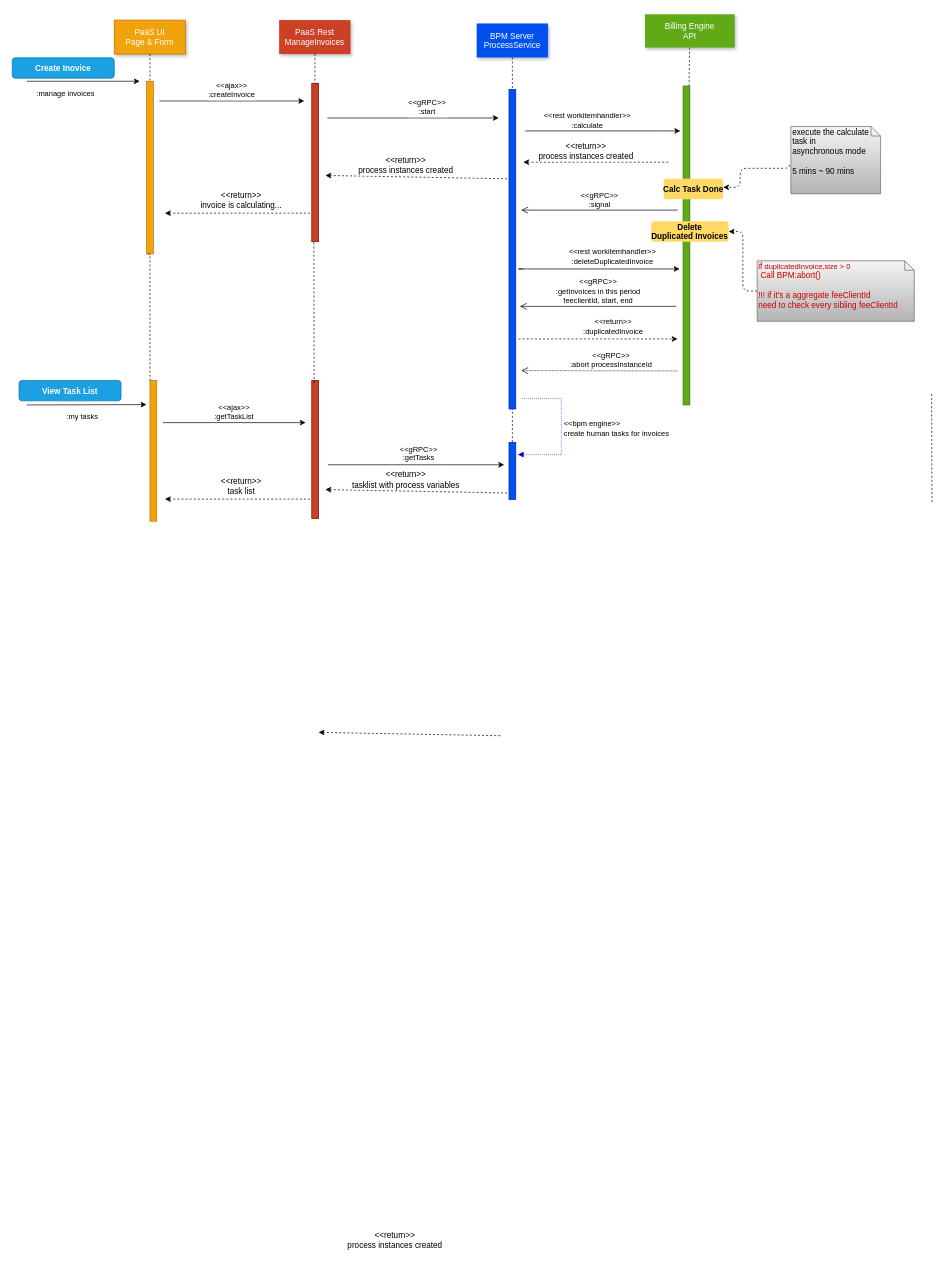
meadlai/java8 keeps this draw.io diagram as code/seq_invoice_create.drawio. Above is the earlier version. Source tidied: cells renumbered, new cells numbered last; positions are measured from the earlier drawing's top-left corner, leaving out a move shared by most shapes. Both pictures are drawn from the tidied source at 68%, with x=0, y=0 at pixel (12, 14).
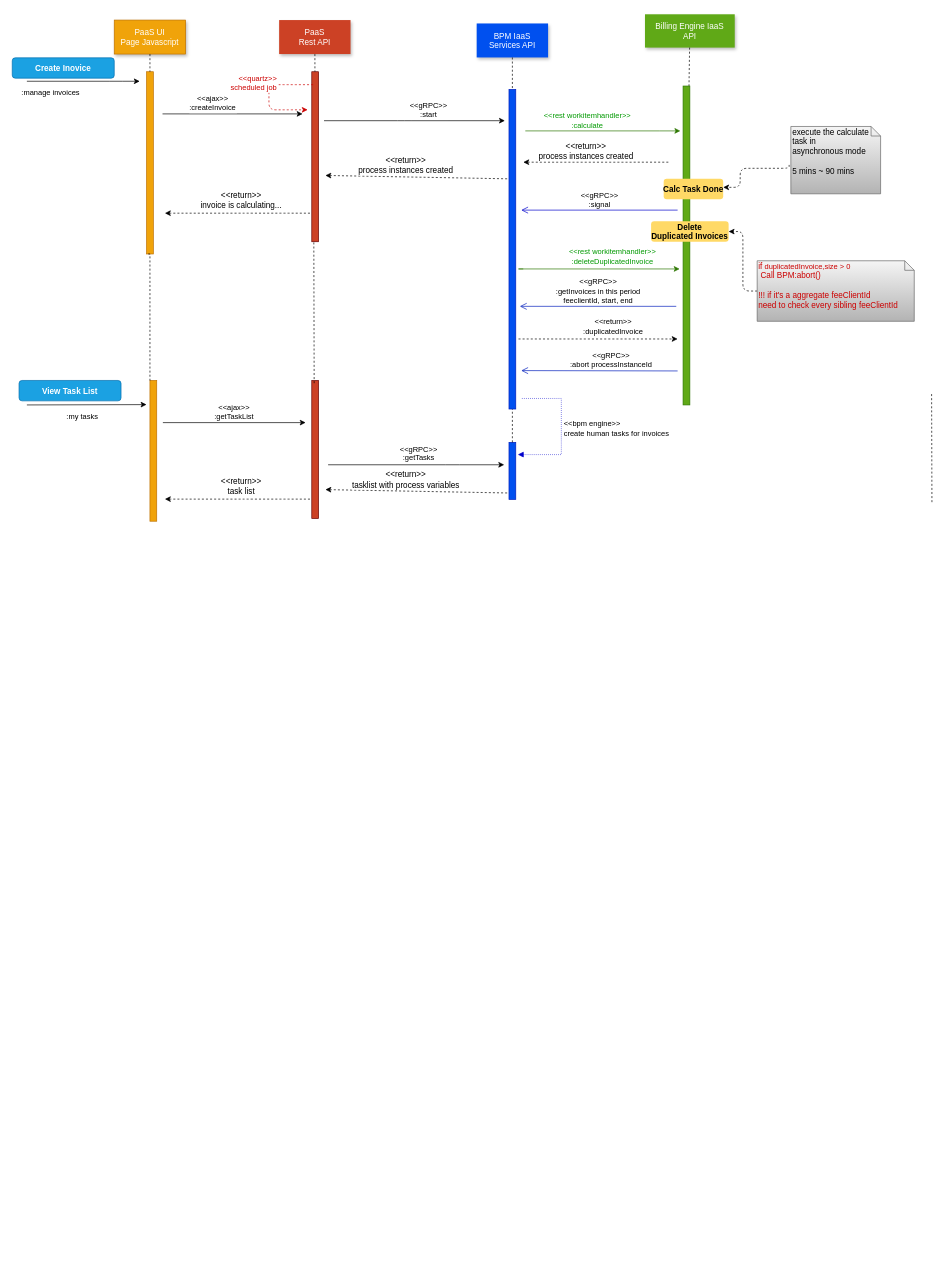
Above is the later version.

Change to the diagram source:
```diff
@@
     <mxCell id="3" style="fillColor=#f0a30a;strokeColor=#BD7000;fontColor=#ffffff;" parent="1" vertex="1">
-      <mxGeometry x="198" y="98" width="10" height="254" as="geometry" />
+      <mxGeometry x="198" y="84" width="10" height="268" as="geometry" />
     </mxCell>
     <mxCell id="4" value=":manage invoices" style="edgeStyle=none;verticalLabelPosition=top;verticalAlign=bottom;labelPosition=left;align=right;" parent="1" edge="1">
       <mxGeometry as="geometry">
         <mxPoint x="22" y="98" as="sourcePoint" />
         <mxPoint x="188" y="98" as="targetPoint" />
         <Array as="points">
           <mxPoint x="153" y="98" />
         </Array>
-        <mxPoint x="19" y="27" as="offset" />
+        <mxPoint x="-3" y="25" as="offset" />
       </mxGeometry>
     </mxCell>
-    <mxCell id="5" value="PaaS UI&#10;Page &amp; Form" style="shadow=1;fillColor=#f0a30a;strokeColor=#BD7000;fontColor=#ffffff;" parent="1" vertex="1">
+    <mxCell id="5" value="PaaS UI&#10;Page Javascript" style="shadow=1;fillColor=#f0a30a;strokeColor=#BD7000;fontColor=#ffffff;" parent="1" vertex="1">
       <mxGeometry x="150.5" y="8" width="105" height="50" as="geometry" />
     </mxCell>
     <mxCell id="6" style="fillColor=#CC4125;strokeColor=#660000;" parent="1" vertex="1">
-      <mxGeometry x="441" y="101" width="10" height="233" as="geometry" />
+      <mxGeometry x="441" y="84" width="10" height="250" as="geometry" />
     </mxCell>
-    <mxCell id="7" value="PaaS Rest&#10;ManageInvoices" style="shadow=1;fillColor=#CC4125;strokeColor=none;fontColor=#FFFFFF;" parent="1" vertex="1">
+    <mxCell id="7" value="PaaS &#10;Rest API" style="shadow=1;fillColor=#CC4125;strokeColor=none;fontColor=#FFFFFF;" parent="1" vertex="1">
       <mxGeometry x="393" y="8" width="105" height="50" as="geometry" />
     </mxCell>
@@
     <mxCell id="9" value="&lt;&lt;ajax&gt;&gt;&#10;:createInvoice" style="edgeStyle=none;verticalLabelPosition=top;verticalAlign=bottom;" parent="1" edge="1">
-      <mxGeometry x="220" y="92" as="geometry">
-        <mxPoint x="217" y="127" as="sourcePoint" />
-        <mxPoint x="430" y="127" as="targetPoint" />
+      <mxGeometry y="-7" as="geometry">
+        <mxPoint x="221.5" y="146" as="sourcePoint" />
+        <mxPoint x="427.5" y="146" as="targetPoint" />
+        <mxPoint x="-29" as="offset" />
       </mxGeometry>
     </mxCell>
@@
-    <mxCell id="12" style="edgeStyle=orthogonalEdgeStyle;rounded=0;orthogonalLoop=1;jettySize=auto;html=1;" parent="1" edge="1">
+    <mxCell id="12" style="edgeStyle=orthogonalEdgeStyle;rounded=0;orthogonalLoop=1;jettySize=auto;html=1;fillColor=#60a917;strokeColor=#2D7600;" parent="1" edge="1">
       <mxGeometry relative="1" as="geometry">
         <mxPoint x="755" y="171" as="sourcePoint" />
         <mxPoint x="983" y="171" as="targetPoint" />
         <Array as="points">
           <mxPoint x="952" y="171" />
           <mxPoint x="952" y="171" />
         </Array>
       </mxGeometry>
     </mxCell>
-    <mxCell id="13" value="&lt;span style=&quot;font-size: 11px&quot;&gt;&amp;lt;&amp;lt;rest workitemhandler&amp;gt;&amp;gt;&lt;/span&gt;&lt;br style=&quot;padding: 0px ; margin: 0px ; font-size: 11px&quot;&gt;&lt;span style=&quot;font-size: 11px&quot;&gt;:calculate&lt;/span&gt;" style="text;html=1;align=center;verticalAlign=middle;labelBackgroundColor=#ffffff;" parent="12" vertex="1">
+    <mxCell id="13" value="&lt;span style=&quot;font-size: 11px&quot;&gt;&amp;lt;&amp;lt;rest workitemhandler&amp;gt;&amp;gt;&lt;/span&gt;&lt;br style=&quot;padding: 0px ; margin: 0px ; font-size: 11px&quot;&gt;&lt;span style=&quot;font-size: 11px&quot;&gt;:calculate&lt;/span&gt;" style="text;html=1;align=center;verticalAlign=middle;labelBackgroundColor=#ffffff;fontColor=#009900;" parent="12" vertex="1">
       <mxGeometry x="0.21" y="2" relative="1" as="geometry">
         <mxPoint x="-47.5" y="-15" as="offset" />
       </mxGeometry>
     </mxCell>
@@
-    <mxCell id="15" value="BPM Server&#10;ProcessService" style="shadow=1;fillColor=#0050EF;strokeColor=none;fontColor=#FFFFFF;" parent="1" vertex="1">
+    <mxCell id="15" value="BPM IaaS&#10;Services API" style="shadow=1;fillColor=#0050EF;strokeColor=none;fontColor=#FFFFFF;" parent="1" vertex="1">
       <mxGeometry x="683.5" y="13" width="105" height="50" as="geometry" />
     </mxCell>
@@
-    <mxCell id="17" value="Billing Engine&#10;API" style="shadow=1;fillColor=#60A917;strokeColor=none;fontColor=#FFFFFF;" parent="1" vertex="1">
+    <mxCell id="17" value="Billing Engine IaaS&#10;API" style="shadow=1;fillColor=#60A917;strokeColor=none;fontColor=#FFFFFF;" parent="1" vertex="1">
       <mxGeometry x="931" y="-0.5" width="132" height="49" as="geometry" />
     </mxCell>
@@
     <mxCell id="20" value="&lt;&lt;gRPC&gt;&gt;&#10;:start" style="edgeStyle=elbowEdgeStyle;elbow=vertical;verticalLabelPosition=top;verticalAlign=bottom;" parent="1" edge="1">
-      <mxGeometry as="geometry">
-        <mxPoint x="464" y="152" as="sourcePoint" />
-        <mxPoint x="716" y="152" as="targetPoint" />
+      <mxGeometry x="1" y="12" as="geometry">
+        <mxPoint x="459" y="156" as="sourcePoint" />
+        <mxPoint x="725" y="156" as="targetPoint" />
         <Array as="points">
-          <mxPoint x="576" y="152" />
-          <mxPoint x="611" y="160" />
-          <mxPoint x="643" y="247" />
-          <mxPoint x="588" y="218" />
+          <mxPoint x="577" y="156" />
+          <mxPoint x="612" y="172" />
+          <mxPoint x="644" y="259" />
+          <mxPoint x="589" y="230" />
         </Array>
         <mxPoint x="21" as="offset" />
       </mxGeometry>
     </mxCell>
@@
-    <mxCell id="26" value="&amp;lt;&amp;lt;gRPC&amp;gt;&amp;gt;&lt;br&gt;:signal" style="html=1;verticalAlign=bottom;endArrow=open;endSize=8;" parent="1" edge="1">
+    <mxCell id="26" value="&amp;lt;&amp;lt;gRPC&amp;gt;&amp;gt;&lt;br&gt;:signal" style="html=1;verticalAlign=bottom;endArrow=open;endSize=8;strokeColor=#0000CC;" parent="1" edge="1">
       <mxGeometry relative="1" as="geometry">
         <mxPoint x="979" y="287.5" as="sourcePoint" />
         <mxPoint x="749" y="287.5" as="targetPoint" />
       </mxGeometry>
     </mxCell>
-    <mxCell id="27" style="edgeStyle=orthogonalEdgeStyle;rounded=0;orthogonalLoop=1;jettySize=auto;html=1;" parent="1" edge="1">
+    <mxCell id="27" style="edgeStyle=orthogonalEdgeStyle;rounded=0;orthogonalLoop=1;jettySize=auto;html=1;fillColor=#60a917;strokeColor=#2D7600;" parent="1" edge="1">
       <mxGeometry relative="1" as="geometry">
         <mxPoint x="752" y="374" as="sourcePoint" />
         <mxPoint x="982" y="374" as="targetPoint" />
         <Array as="points">
           <mxPoint x="745" y="374" />
         </Array>
       </mxGeometry>
     </mxCell>
-    <mxCell id="28" value="&lt;span style=&quot;font-size: 11px&quot;&gt;&amp;lt;&amp;lt;rest workitemhandler&amp;gt;&amp;gt;&lt;/span&gt;&lt;br style=&quot;padding: 0px ; margin: 0px ; font-size: 11px&quot;&gt;&lt;span style=&quot;font-size: 11px&quot;&gt;:deleteDuplicatedInvoice&lt;/span&gt;" style="text;html=1;align=center;verticalAlign=middle;labelBackgroundColor=#ffffff;" parent="27" vertex="1">
+    <mxCell id="28" value="&lt;span style=&quot;font-size: 11px&quot;&gt;&amp;lt;&amp;lt;rest workitemhandler&amp;gt;&amp;gt;&lt;/span&gt;&lt;br style=&quot;padding: 0px ; margin: 0px ; font-size: 11px&quot;&gt;&lt;span style=&quot;font-size: 11px&quot;&gt;:deleteDuplicatedInvoice&lt;/span&gt;" style="text;html=1;align=center;verticalAlign=middle;labelBackgroundColor=#ffffff;fontColor=#009900;" parent="27" vertex="1">
       <mxGeometry x="0.12" relative="1" as="geometry">
         <mxPoint x="7" y="-20" as="offset" />
       </mxGeometry>
     </mxCell>
@@
-    <mxCell id="35" value="&amp;lt;&amp;lt;gRPC&amp;gt;&amp;gt;&lt;br&gt;:getInvoices in this period&lt;br&gt;feeclientId, start, end" style="html=1;verticalAlign=bottom;endArrow=open;endSize=8;rounded=1;" parent="1" edge="1">
+    <mxCell id="35" value="&amp;lt;&amp;lt;gRPC&amp;gt;&amp;gt;&lt;br&gt;:getInvoices in this period&lt;br&gt;feeclientId, start, end" style="html=1;verticalAlign=bottom;endArrow=open;endSize=8;rounded=1;fillColor=#0050ef;strokeColor=#001DBC;" parent="1" edge="1">
       <mxGeometry relative="1" as="geometry">
         <mxPoint x="977" y="429" as="sourcePoint" />
         <mxPoint x="747" y="429" as="targetPoint" />
       </mxGeometry>
     </mxCell>
@@
-    <mxCell id="40" value="&amp;lt;&amp;lt;gRPC&amp;gt;&amp;gt;&lt;br&gt;:abort processInstanceId" style="html=1;verticalAlign=bottom;endArrow=open;endSize=8;rounded=1;dashed=1;dashPattern=1 1;" parent="1" edge="1">
+    <mxCell id="40" value="&amp;lt;&amp;lt;gRPC&amp;gt;&amp;gt;&lt;br&gt;:abort processInstanceId" style="html=1;verticalAlign=bottom;endArrow=open;endSize=8;rounded=1;fillColor=#0050ef;strokeColor=#001DBC;" parent="1" edge="1">
       <mxGeometry x="-0.15" relative="1" as="geometry">
         <mxPoint x="979" y="524" as="sourcePoint" />
         <mxPoint x="749" y="523.5" as="targetPoint" />
       </mxGeometry>
     </mxCell>
@@
-    <mxCell id="45" style="edgeStyle=none;verticalLabelPosition=top;verticalAlign=bottom;labelPosition=left;align=right;endArrow=none;startArrow=classic;dashed=1;" parent="1" edge="1">
-      <mxGeometry x="104" y="929.3" as="geometry">
-        <mxPoint x="451" y="1055.5" as="sourcePoint" />
-        <mxPoint x="721" y="1060.5" as="targetPoint" />
-      </mxGeometry>
-    </mxCell>
-    <mxCell id="46" value="&amp;lt;&amp;lt;return&amp;gt;&amp;gt;&lt;br&gt;process instances created" style="text;html=1;align=center;verticalAlign=middle;labelBackgroundColor=#ffffff;" parent="45" vertex="1">
-      <mxGeometry relative="1" as="geometry">
-        <mxPoint x="-23" y="744" as="offset" />
-      </mxGeometry>
-    </mxCell>
@@
+    <mxCell id="57" value="&lt;&lt;quartz&gt;&gt;&#10; scheduled job" style="edgeStyle=none;verticalLabelPosition=top;verticalAlign=bottom;labelPosition=left;align=right;dashed=1;strokeColor=#CC0000;fontColor=#CC0000;exitX=0.2;exitY=0.076;exitDx=0;exitDy=0;exitPerimeter=0;" parent="1" edge="1" source="6">
+      <mxGeometry as="geometry">
+        <mxPoint x="435" y="140" as="targetPoint" />
+        <Array as="points">
+          <mxPoint x="407" y="103" />
+          <mxPoint x="378" y="103" />
+          <mxPoint x="378" y="140" />
+          <mxPoint x="402" y="140" />
+        </Array>
+        <mxPoint x="-47" y="-5" as="offset" />
+      </mxGeometry>
+    </mxCell>
```
